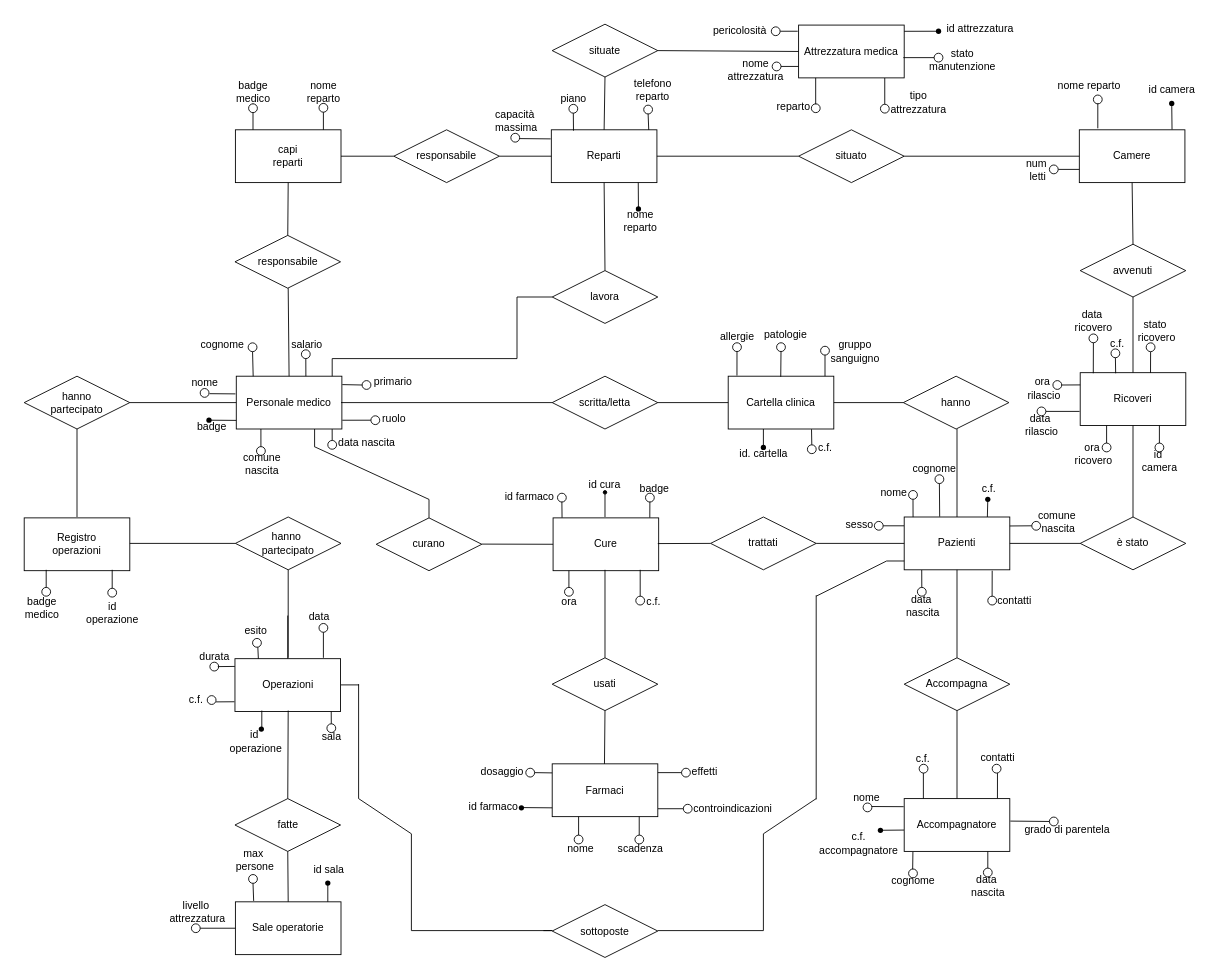
Before: ER-logica2.drawio in MicheleDioli/UniPD-database-project-2024, a draw.io diagram. Source tidied: cells renumbered, new cells numbered last; positions are measured from the earlier drawing's top-left corner, leaving out a move shared by most shapes. Both pictures are drawn from the tidied source at 88%, with x=0, y=0 at pixel (15, 15).
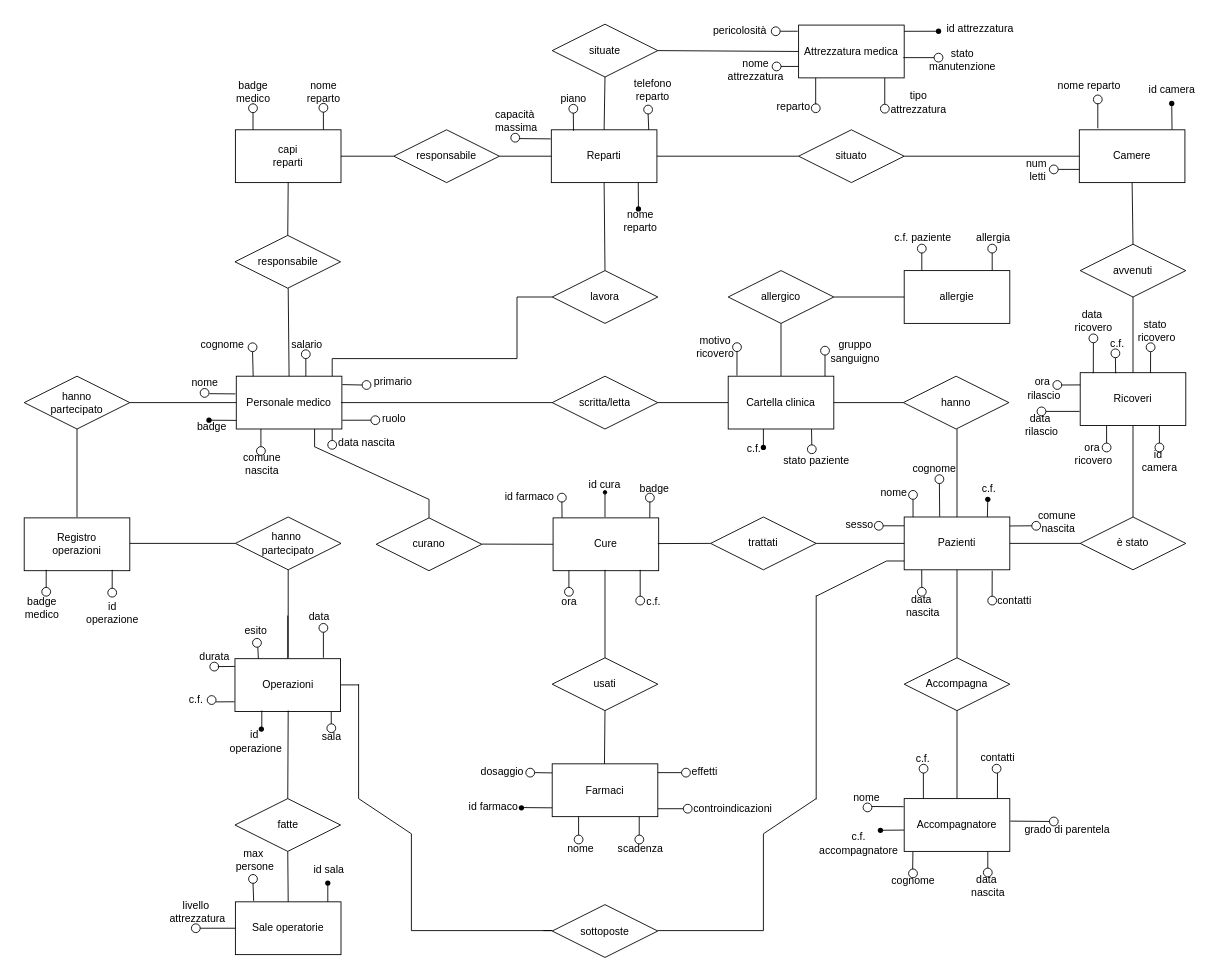
The same diagram, later.

Unchanged cells that the change refers to:
```xml
<mxCell id="9" value="Cartella clinica" style="rounded=0;whiteSpace=wrap;html=1;" parent="1" vertex="1">
  <mxGeometry x="810" y="410" width="120" height="60" as="geometry" />
</mxCell>
```

What changed in the source:
```diff
@@
-    <mxCell id="42" value="id. cartella" style="text;html=1;align=center;verticalAlign=middle;strokeColor=none;fillColor=none;" parent="1" vertex="1">
-      <mxGeometry x="810" y="483" width="80" height="30" as="geometry" />
-    </mxCell>
-    <mxCell id="43" value="allergie" style="text;html=1;align=center;verticalAlign=middle;points=[];strokeColor=none;fillColor=none;" parent="1" vertex="1">
-      <mxGeometry x="790" y="350" width="60" height="30" as="geometry" />
-    </mxCell>
-    <mxCell id="44" value="patologie" style="text;html=1;align=center;verticalAlign=middle;strokeColor=none;fillColor=none;" parent="1" vertex="1">
-      <mxGeometry x="840" y="348" width="70" height="30" as="geometry" />
+    <mxCell id="44" value="motivo&lt;div&gt;ricovero&lt;/div&gt;" style="text;html=1;align=center;verticalAlign=middle;strokeColor=none;fillColor=none;" parent="1" vertex="1">
+      <mxGeometry x="760" y="357" width="70" height="40" as="geometry" />
     </mxCell>
@@
-    <mxCell id="85" style="ellipse;whiteSpace=wrap;html=1;" parent="1" vertex="1">
-      <mxGeometry x="865" y="372" width="10" height="10" as="geometry" />
-    </mxCell>
@@
-    <mxCell id="91" style="endArrow=none;html=1;rounded=0;exitX=0.737;exitY=-0.006;exitDx=0;exitDy=0;exitPerimeter=0;entryX=0.5;entryY=1;entryDx=0;entryDy=0;" parent="1" edge="1" target="85">
-      <mxGeometry relative="1" as="geometry">
-        <mxPoint x="869.7" y="410.7" as="sourcePoint" />
-      </mxGeometry>
-    </mxCell>
@@
     <mxCell id="153" value="c.f." style="text;html=1;align=center;verticalAlign=middle;strokeColor=none;fillColor=none;" parent="1" vertex="1">
-      <mxGeometry x="900" y="476" width="40" height="30" as="geometry" />
+      <mxGeometry x="819" y="478" width="40" height="30" as="geometry" />
     </mxCell>
@@
+    <mxCell id="299" value="stato paziente" style="text;html=1;align=center;verticalAlign=middle;strokeColor=none;fillColor=none;" parent="1" vertex="1">
+      <mxGeometry x="860" y="491" width="100" height="30" as="geometry" />
+    </mxCell>
+    <mxCell id="300" value="allergico" style="shape=rhombus;perimeter=rhombusPerimeter;whiteSpace=wrap;html=1;align=center;" parent="1" vertex="1">
+      <mxGeometry x="810" y="290" width="120" height="60" as="geometry" />
+    </mxCell>
+    <mxCell id="43" value="allergie" style="rounded=0;whiteSpace=wrap;html=1;" parent="1" vertex="1">
+      <mxGeometry x="1010" y="290" width="120" height="60" as="geometry" />
+    </mxCell>
+    <mxCell id="301" style="endArrow=none;html=1;rounded=0;exitX=0.5;exitY=0;exitDx=0;exitDy=0;entryX=0.5;entryY=1;entryDx=0;entryDy=0;" parent="1" edge="1" source="9" target="300">
+      <mxGeometry relative="1" as="geometry" />
+    </mxCell>
+    <mxCell id="302" style="endArrow=none;html=1;rounded=0;entryX=0;entryY=0.5;entryDx=0;entryDy=0;" parent="1" edge="1" target="43">
+      <mxGeometry relative="1" as="geometry">
+        <mxPoint x="930" y="320" as="sourcePoint" />
+      </mxGeometry>
+    </mxCell>
+    <mxCell id="303" style="endArrow=none;html=1;rounded=0;" parent="1" edge="1" source="306">
+      <mxGeometry relative="1" as="geometry">
+        <mxPoint x="1030" y="260" as="targetPoint" />
+      </mxGeometry>
+    </mxCell>
+    <mxCell id="304" style="endArrow=none;html=1;rounded=0;" parent="1" edge="1" source="308">
+      <mxGeometry relative="1" as="geometry">
+        <mxPoint x="1110" y="260" as="targetPoint" />
+      </mxGeometry>
+    </mxCell>
+    <mxCell id="305" style="endArrow=none;html=1;rounded=0;" parent="1" edge="1" target="306">
+      <mxGeometry relative="1" as="geometry">
+        <mxPoint x="1030" y="290" as="sourcePoint" />
+      </mxGeometry>
+    </mxCell>
+    <mxCell id="306" style="ellipse;whiteSpace=wrap;html=1;" parent="1" vertex="1">
+      <mxGeometry x="1025" y="260" width="10" height="10" as="geometry" />
+    </mxCell>
+    <mxCell id="307" style="endArrow=none;html=1;rounded=0;" parent="1" edge="1" target="308">
+      <mxGeometry relative="1" as="geometry">
+        <mxPoint x="1110" y="290" as="sourcePoint" />
+      </mxGeometry>
+    </mxCell>
+    <mxCell id="308" style="ellipse;whiteSpace=wrap;html=1;" parent="1" vertex="1">
+      <mxGeometry x="1105" y="260" width="10" height="10" as="geometry" />
+    </mxCell>
+    <mxCell id="309" value="c.f. paziente" style="text;html=1;align=center;verticalAlign=middle;strokeColor=none;fillColor=none;" parent="1" vertex="1">
+      <mxGeometry x="986" y="238" width="90" height="30" as="geometry" />
+    </mxCell>
+    <mxCell id="310" value="allergia" style="text;html=1;align=center;verticalAlign=middle;strokeColor=none;fillColor=none;" parent="1" vertex="1">
+      <mxGeometry x="1081" y="238" width="60" height="30" as="geometry" />
+    </mxCell>
```
